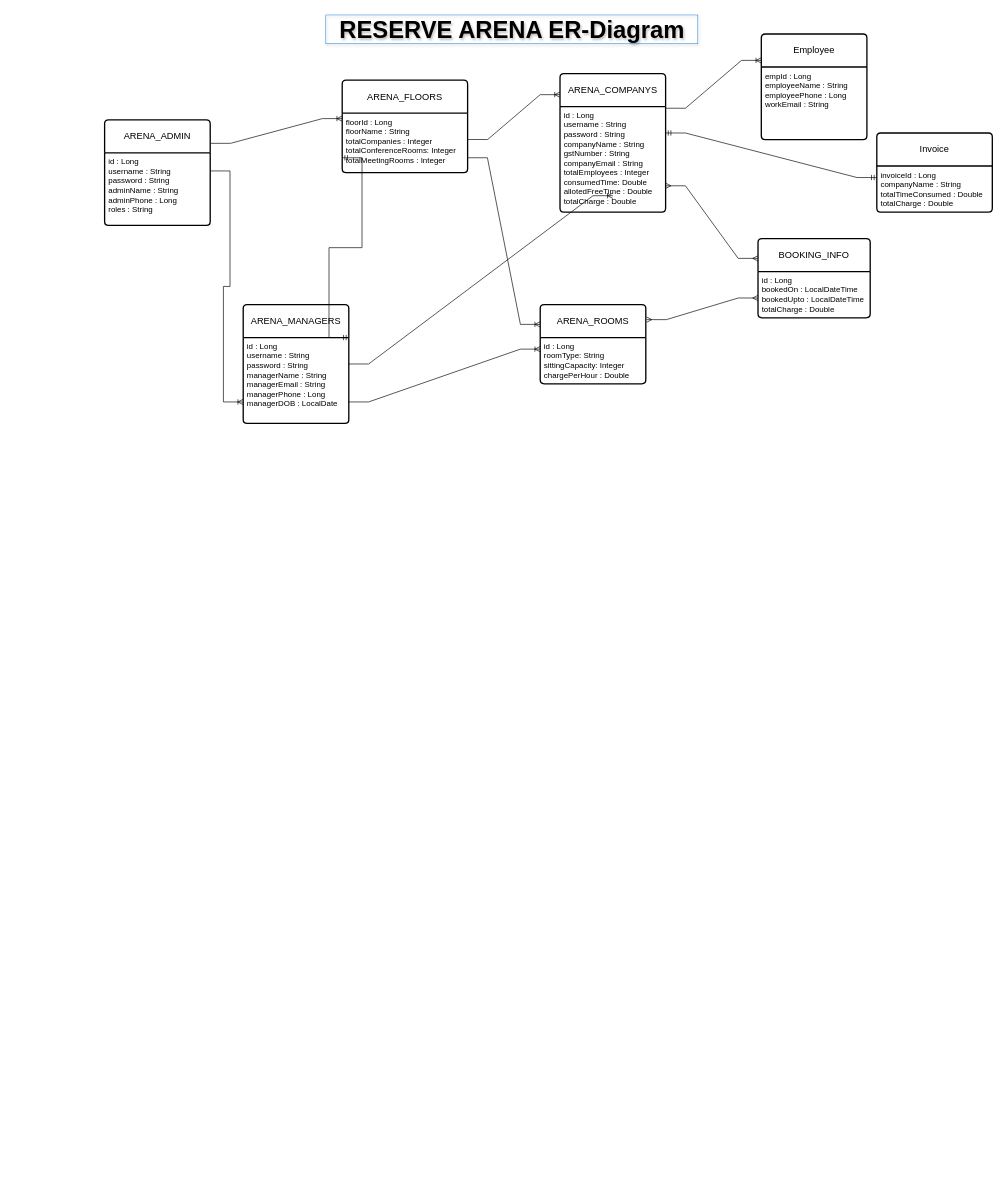
Before: Untitled Diagram.drawio in singhkrishna7481/draw-io-diagrams, a draw.io diagram. Source tidied: cells renumbered, new cells numbered last; positions are measured from the earlier drawing's top-left corner, leaving out a move shared by most shapes. Both pictures are drawn from the tidied source at 66%, with x=0, y=0 at pixel (104, 11).
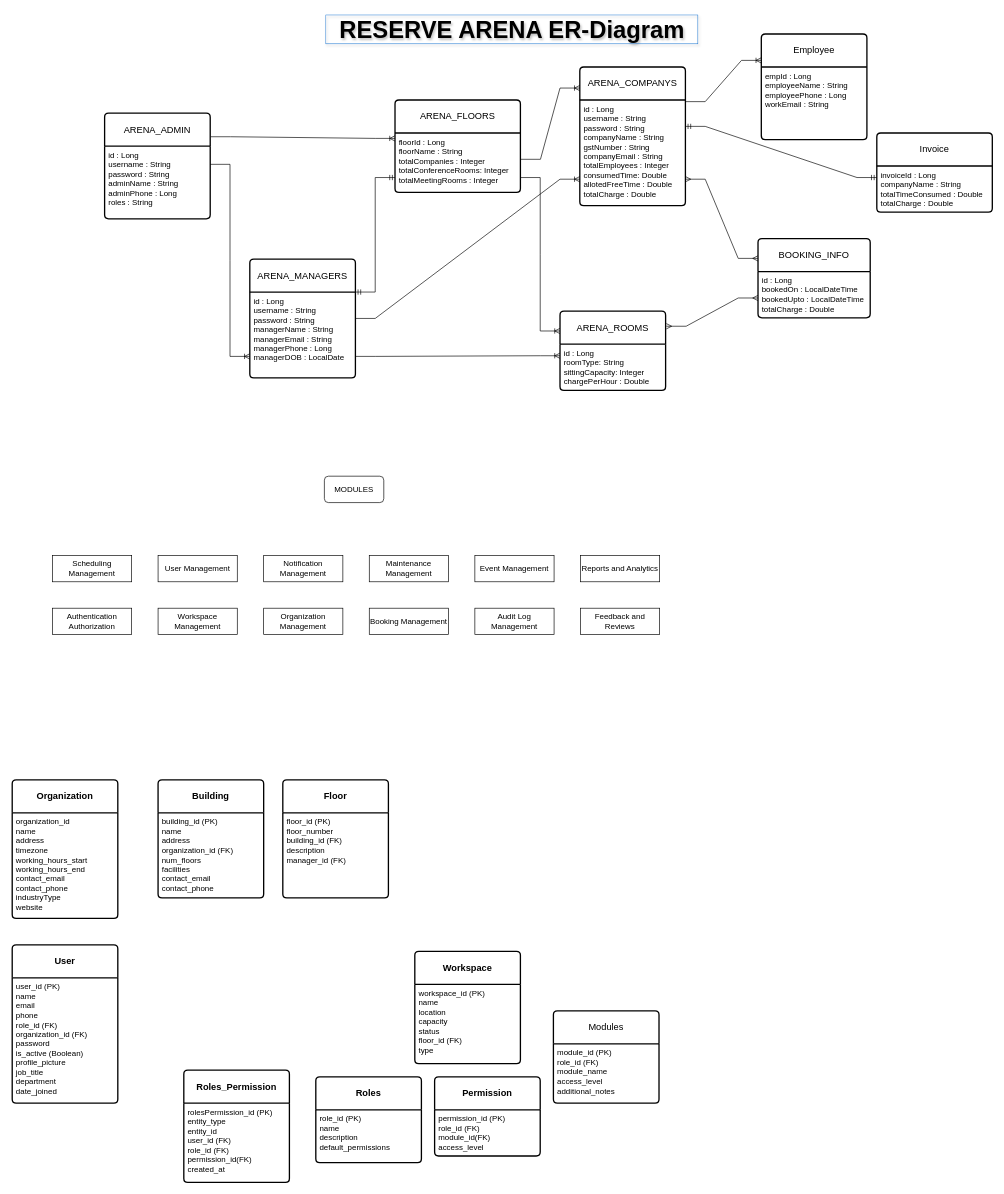
Above is the later version.

Commit message:
Arena ERD 04-01-2025

The change refers to these unchanged cells:
```xml
<mxCell id="7" value="&lt;div&gt;id : Long&lt;br&gt;&lt;/div&gt;&lt;div&gt;username : String&lt;br&gt;&lt;/div&gt;&lt;div&gt;password : String&lt;br&gt;&lt;/div&gt;&lt;div&gt;companyName : String&lt;br&gt;&lt;/div&gt;&lt;div&gt;gstNumber : String&lt;/div&gt;&lt;div&gt;companyEmail : String&lt;/div&gt;&lt;div&gt;totalEmployees : Integer&lt;br&gt;&lt;/div&gt;&lt;div&gt;consumedTime: Double&lt;br&gt;&lt;/div&gt;&lt;div&gt;allotedFreeTime : Double&lt;/div&gt;&lt;div&gt;totalCharge : Double&lt;br&gt;&lt;/div&gt;" style="align=left;strokeColor=none;fillColor=none;spacingLeft=4;fontSize=12;verticalAlign=top;html=1;" parent="6" vertex="1">
  <mxGeometry y="50" width="160" height="160" as="geometry" />
</mxCell>
```

What changed in the source:
```diff
@@
     <mxCell id="2" value="ARENA_ADMIN" style="swimlane;horizontal=1;startSize=50;rounded=1;fontSize=14;fontStyle=0;strokeWidth=2;shadow=0;dashed=0;align=center;arcSize=4;whiteSpace=wrap;html=1;" parent="1" vertex="1">
-      <mxGeometry y="164" width="160" height="160" as="geometry" />
+      <mxGeometry y="154" width="160" height="160" as="geometry" />
     </mxCell>
@@
     <mxCell id="4" value="ARENA_MANAGERS" style="swimlane;horizontal=1;startSize=50;rounded=1;fontSize=14;fontStyle=0;strokeWidth=2;shadow=0;dashed=0;align=center;arcSize=4;whiteSpace=wrap;html=1;" parent="1" vertex="1">
-      <mxGeometry x="210" y="444" width="160" height="180" as="geometry" />
+      <mxGeometry x="220" y="375" width="160" height="180" as="geometry" />
     </mxCell>
@@
     <mxCell id="6" value="ARENA_COMPANYS" style="swimlane;horizontal=1;startSize=50;rounded=1;fontSize=14;fontStyle=0;strokeWidth=2;shadow=0;dashed=0;align=center;arcSize=4;whiteSpace=wrap;html=1;" parent="1" vertex="1">
-      <mxGeometry x="690" y="94" width="160" height="210" as="geometry" />
+      <mxGeometry x="720" y="84" width="160" height="210" as="geometry" />
     </mxCell>
@@
     <mxCell id="8" value="ARENA_ROOMS" style="swimlane;horizontal=1;startSize=50;rounded=1;fontSize=14;fontStyle=0;strokeWidth=2;shadow=0;dashed=0;align=center;arcSize=4;whiteSpace=wrap;html=1;" parent="1" vertex="1">
-      <mxGeometry x="660" y="444" width="160" height="120" as="geometry" />
+      <mxGeometry x="690" y="454" width="160" height="120" as="geometry" />
     </mxCell>
@@
-    <mxCell id="10" style="edgeStyle=entityRelationEdgeStyle;fontSize=12;html=1;endArrow=ERoneToMany;rounded=0;entryX=0;entryY=0.25;entryDx=0;entryDy=0;exitX=1;exitY=0.5;exitDx=0;exitDy=0;" parent="1" edge="1" source="4">
-      <mxGeometry relative="1" as="geometry">
-        <mxPoint x="770" y="279" as="targetPoint" />
-      </mxGeometry>
+    <mxCell id="10" style="edgeStyle=entityRelationEdgeStyle;fontSize=12;html=1;endArrow=ERoneToMany;rounded=0;entryX=0;entryY=0.75;entryDx=0;entryDy=0;exitX=1;exitY=0.5;exitDx=0;exitDy=0;" parent="1" edge="1" source="4" target="7">
+      <mxGeometry relative="1" as="geometry" />
     </mxCell>
@@
     <mxCell id="14" value="ARENA_FLOORS" style="swimlane;horizontal=1;startSize=50;rounded=1;fontSize=14;fontStyle=0;strokeWidth=2;shadow=0;dashed=0;align=center;arcSize=4;whiteSpace=wrap;html=1;" parent="1" vertex="1">
-      <mxGeometry x="360" y="104" width="190" height="140" as="geometry" />
+      <mxGeometry x="440" y="134" width="190" height="140" as="geometry" />
     </mxCell>
@@
+    <mxCell id="30" value="MODULES" style="rounded=1;whiteSpace=wrap;html=1;" parent="1" vertex="1">
+      <mxGeometry x="333" y="704" width="90" height="40" as="geometry" />
+    </mxCell>
+    <mxCell id="31" value="&lt;div&gt;Authentication&lt;/div&gt;&lt;div&gt;Authorization&lt;br&gt;&lt;/div&gt;" style="rounded=0;whiteSpace=wrap;html=1;" parent="1" vertex="1">
+      <mxGeometry x="-79" y="904" width="120" height="40" as="geometry" />
+    </mxCell>
+    <mxCell id="32" value="User Management" style="rounded=0;whiteSpace=wrap;html=1;" parent="1" vertex="1">
+      <mxGeometry x="81" y="824" width="120" height="40" as="geometry" />
+    </mxCell>
+    <mxCell id="33" value="Organization Management" style="rounded=0;whiteSpace=wrap;html=1;" parent="1" vertex="1">
+      <mxGeometry x="241" y="904" width="120" height="40" as="geometry" />
+    </mxCell>
+    <mxCell id="34" value="Workspace Management" style="rounded=0;whiteSpace=wrap;html=1;" parent="1" vertex="1">
+      <mxGeometry x="81" y="904" width="120" height="40" as="geometry" />
+    </mxCell>
+    <mxCell id="35" value="Booking Management" style="rounded=0;whiteSpace=wrap;html=1;" parent="1" vertex="1">
+      <mxGeometry x="401" y="904" width="120" height="40" as="geometry" />
+    </mxCell>
+    <mxCell id="36" value="Scheduling Management" style="rounded=0;whiteSpace=wrap;html=1;" parent="1" vertex="1">
+      <mxGeometry x="-79" y="824" width="120" height="40" as="geometry" />
+    </mxCell>
+    <mxCell id="37" value="&lt;div&gt;Notification&lt;/div&gt;&lt;div&gt;Management&lt;br&gt;&lt;/div&gt;" style="rounded=0;whiteSpace=wrap;html=1;" parent="1" vertex="1">
+      <mxGeometry x="241" y="824" width="120" height="40" as="geometry" />
+    </mxCell>
+    <mxCell id="38" value="Reports and Analytics" style="rounded=0;whiteSpace=wrap;html=1;" parent="1" vertex="1">
+      <mxGeometry x="721" y="824" width="120" height="40" as="geometry" />
+    </mxCell>
+    <mxCell id="39" value="Feedback and Reviews" style="rounded=0;whiteSpace=wrap;html=1;" parent="1" vertex="1">
+      <mxGeometry x="721" y="904" width="120" height="40" as="geometry" />
+    </mxCell>
+    <mxCell id="40" value="&lt;div&gt;Maintenance&lt;/div&gt;&lt;div&gt;Management&lt;/div&gt;" style="rounded=0;whiteSpace=wrap;html=1;" parent="1" vertex="1">
+      <mxGeometry x="401" y="824" width="120" height="40" as="geometry" />
+    </mxCell>
+    <mxCell id="41" value="Event Management" style="rounded=0;whiteSpace=wrap;html=1;" parent="1" vertex="1">
+      <mxGeometry x="561" y="824" width="120" height="40" as="geometry" />
+    </mxCell>
+    <mxCell id="42" value="Audit Log Management" style="rounded=0;whiteSpace=wrap;html=1;" parent="1" vertex="1">
+      <mxGeometry x="561" y="904" width="120" height="40" as="geometry" />
+    </mxCell>
+    <mxCell id="43" value="&lt;span&gt;&lt;strong&gt;Organization&lt;/strong&gt;&lt;/span&gt;" style="swimlane;horizontal=1;startSize=50;rounded=1;fontSize=14;fontStyle=0;strokeWidth=2;shadow=0;dashed=0;align=center;arcSize=4;whiteSpace=wrap;html=1;" parent="1" vertex="1">
+      <mxGeometry x="-140" y="1164" width="160" height="210" as="geometry" />
+    </mxCell>
+    <mxCell id="44" value="organization_id &lt;br&gt;name&lt;br&gt;address&lt;br&gt;timezone&lt;br&gt;working_hours_start&lt;br&gt;working_hours_end&lt;br&gt;contact_email&lt;br&gt;contact_phone&lt;br&gt;industryType&lt;br&gt;website" style="align=left;strokeColor=none;fillColor=none;spacingLeft=4;fontSize=12;verticalAlign=top;html=1;" parent="43" vertex="1">
+      <mxGeometry y="50" width="160" height="160" as="geometry" />
+    </mxCell>
+    <mxCell id="45" value="&lt;p&gt;&lt;span&gt;&lt;strong&gt;Building&lt;/strong&gt;&lt;/span&gt;&lt;/p&gt;" style="swimlane;horizontal=1;startSize=50;rounded=1;fontSize=14;fontStyle=0;strokeWidth=2;shadow=0;dashed=0;align=center;arcSize=4;whiteSpace=wrap;html=1;" parent="1" vertex="1">
+      <mxGeometry x="81" y="1164" width="160" height="179" as="geometry" />
+    </mxCell>
+    <mxCell id="46" value="building_id (PK)&lt;br&gt;name&lt;br&gt;address&lt;br&gt;organization_id (FK)&lt;br&gt;num_floors&lt;br&gt;facilities&lt;br&gt;contact_email&lt;br&gt;contact_phone" style="align=left;strokeColor=none;fillColor=none;spacingLeft=4;fontSize=12;verticalAlign=top;html=1;" parent="45" vertex="1">
+      <mxGeometry y="50" width="160" height="129" as="geometry" />
+    </mxCell>
+    <mxCell id="47" value="&lt;p&gt;&lt;span&gt;&lt;strong&gt;Floor&lt;/strong&gt;&lt;/span&gt;&lt;/p&gt;" style="swimlane;horizontal=1;startSize=50;rounded=1;fontSize=14;fontStyle=0;strokeWidth=2;shadow=0;dashed=0;align=center;arcSize=4;whiteSpace=wrap;html=1;" parent="1" vertex="1">
+      <mxGeometry x="270" y="1164" width="160" height="179" as="geometry" />
+    </mxCell>
+    <mxCell id="48" value="floor_id (PK)&lt;br&gt;floor_number&lt;br&gt;building_id (FK)&lt;br&gt;description&lt;br&gt;manager_id (FK)" style="align=left;strokeColor=none;fillColor=none;spacingLeft=4;fontSize=12;verticalAlign=top;html=1;" parent="47" vertex="1">
+      <mxGeometry y="50" width="160" height="129" as="geometry" />
+    </mxCell>
+    <mxCell id="49" value="&lt;p&gt;&lt;span&gt;&lt;strong&gt;User&lt;/strong&gt;&lt;/span&gt;&lt;/p&gt;" style="swimlane;horizontal=1;startSize=50;rounded=1;fontSize=14;fontStyle=0;strokeWidth=2;shadow=0;dashed=0;align=center;arcSize=4;whiteSpace=wrap;html=1;" parent="1" vertex="1">
+      <mxGeometry x="-140" y="1414" width="160" height="240" as="geometry" />
+    </mxCell>
+    <mxCell id="50" value="user_id (PK)&lt;br&gt;name&lt;br&gt;email&lt;br&gt;phone&lt;br&gt;role_id (FK)&lt;br&gt;organization_id (FK)&lt;br&gt;password&lt;br&gt;is_active (Boolean)&lt;br&gt;profile_picture&lt;br&gt;job_title&lt;br&gt;department&lt;br&gt;date_joined" style="align=left;strokeColor=none;fillColor=none;spacingLeft=4;fontSize=12;verticalAlign=top;html=1;" parent="49" vertex="1">
+      <mxGeometry y="50" width="160" height="190" as="geometry" />
+    </mxCell>
+    <mxCell id="51" value="&lt;p&gt;&lt;span&gt;&lt;strong&gt;Roles&lt;/strong&gt;&lt;/span&gt;&lt;/p&gt;" style="swimlane;horizontal=1;startSize=50;rounded=1;fontSize=14;fontStyle=0;strokeWidth=2;shadow=0;dashed=0;align=center;arcSize=4;whiteSpace=wrap;html=1;" parent="1" vertex="1">
+      <mxGeometry x="320" y="1614" width="160" height="130" as="geometry" />
+    </mxCell>
+    <mxCell id="52" value="role_id (PK)&lt;br&gt;name&lt;br&gt;description&lt;br&gt;default_permissions" style="align=left;strokeColor=none;fillColor=none;spacingLeft=4;fontSize=12;verticalAlign=top;html=1;" parent="51" vertex="1">
+      <mxGeometry y="50" width="160" height="80" as="geometry" />
+    </mxCell>
+    <mxCell id="53" value="&lt;p&gt;&lt;span&gt;&lt;strong&gt;Permission&lt;/strong&gt;&lt;/span&gt;&lt;/p&gt;" style="swimlane;horizontal=1;startSize=50;rounded=1;fontSize=14;fontStyle=0;strokeWidth=2;shadow=0;dashed=0;align=center;arcSize=4;whiteSpace=wrap;html=1;" parent="1" vertex="1">
+      <mxGeometry x="500" y="1614" width="160" height="120" as="geometry" />
+    </mxCell>
+    <mxCell id="54" value="permission_id (PK)&lt;br&gt;role_id (FK)&lt;br&gt;module_id(FK)&lt;br&gt;access_level" style="align=left;strokeColor=none;fillColor=none;spacingLeft=4;fontSize=12;verticalAlign=top;html=1;" parent="53" vertex="1">
+      <mxGeometry y="50" width="160" height="70" as="geometry" />
+    </mxCell>
+    <mxCell id="55" value="&lt;p&gt;&lt;span&gt;&lt;strong&gt;Roles_Permission&lt;/strong&gt;&lt;/span&gt;&lt;/p&gt;" style="swimlane;horizontal=1;startSize=50;rounded=1;fontSize=14;fontStyle=0;strokeWidth=2;shadow=0;dashed=0;align=center;arcSize=4;whiteSpace=wrap;html=1;" parent="1" vertex="1">
+      <mxGeometry x="120" y="1604" width="160" height="170" as="geometry" />
+    </mxCell>
+    <mxCell id="56" value="rolesPermission_id (PK)&lt;br&gt;entity_type&lt;br&gt;entity_id&lt;br&gt;user_id (FK)&lt;br&gt;role_id (FK)&lt;br&gt;permission_id(FK)&lt;br&gt;created_at" style="align=left;strokeColor=none;fillColor=none;spacingLeft=4;fontSize=12;verticalAlign=top;html=1;" parent="55" vertex="1">
+      <mxGeometry y="50" width="160" height="120" as="geometry" />
+    </mxCell>
+    <mxCell id="57" value="&lt;span&gt;&lt;strong&gt;Workspace&lt;/strong&gt;&lt;/span&gt;" style="swimlane;horizontal=1;startSize=50;rounded=1;fontSize=14;fontStyle=0;strokeWidth=2;shadow=0;dashed=0;align=center;arcSize=4;whiteSpace=wrap;html=1;" parent="1" vertex="1">
+      <mxGeometry x="470" y="1424" width="160" height="170" as="geometry" />
+    </mxCell>
+    <mxCell id="58" value="workspace_id (PK)&lt;br&gt;name&lt;br&gt;location&lt;br&gt;capacity&lt;br&gt;status&lt;br&gt;floor_id (FK)&lt;br&gt;type" style="align=left;strokeColor=none;fillColor=none;spacingLeft=4;fontSize=12;verticalAlign=top;html=1;" parent="57" vertex="1">
+      <mxGeometry y="50" width="160" height="120" as="geometry" />
+    </mxCell>
+    <mxCell id="59" value="Modules" style="swimlane;horizontal=1;startSize=50;rounded=1;fontSize=14;fontStyle=0;strokeWidth=2;shadow=0;dashed=0;align=center;arcSize=4;whiteSpace=wrap;html=1;" parent="1" vertex="1">
+      <mxGeometry x="680" y="1514" width="160" height="140" as="geometry" />
+    </mxCell>
+    <mxCell id="60" value="module_id (PK)&lt;br&gt;role_id (FK)&lt;br&gt;module_name&lt;br&gt;access_level&lt;br&gt;additional_notes" style="align=left;strokeColor=none;fillColor=none;spacingLeft=4;fontSize=12;verticalAlign=top;html=1;" parent="59" vertex="1">
+      <mxGeometry y="50" width="160" height="90" as="geometry" />
+    </mxCell>
```
